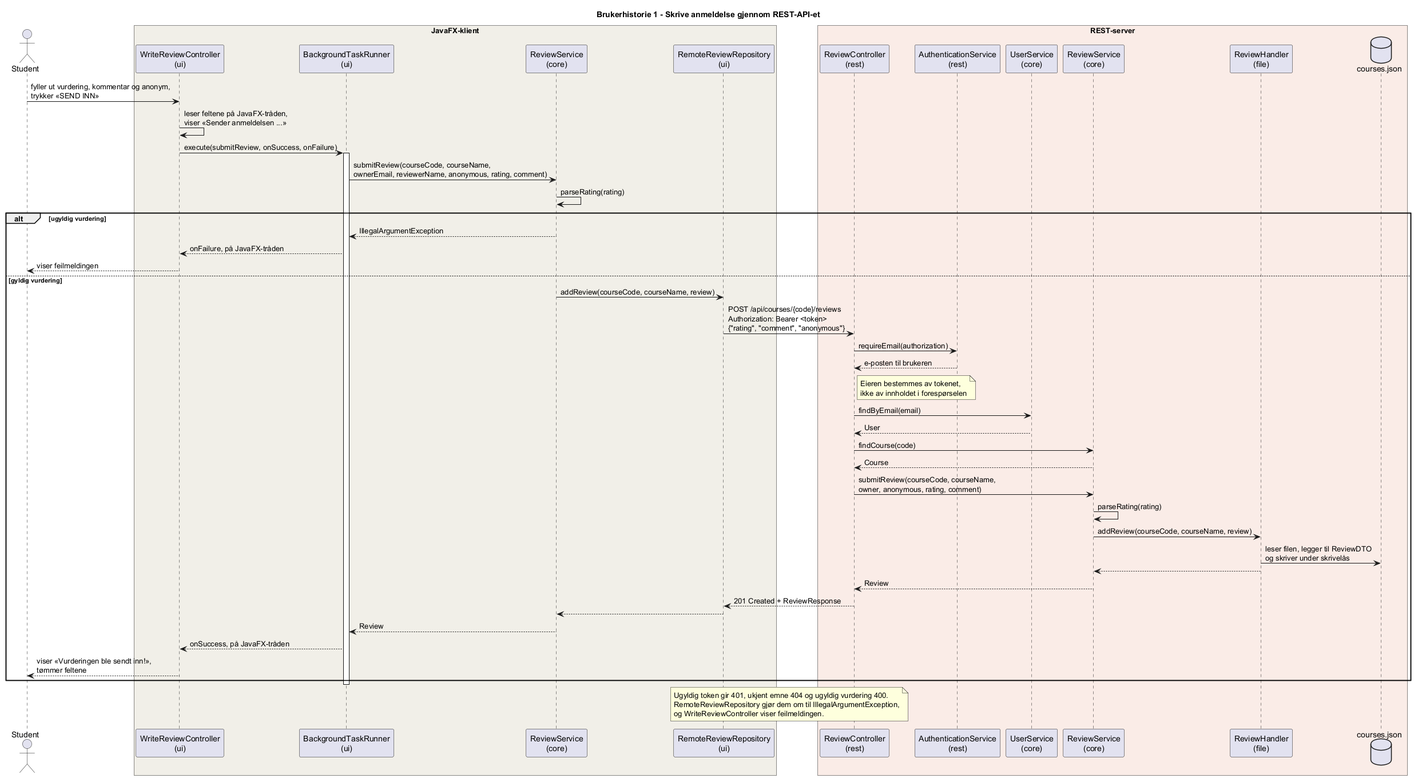
Above: arkitektur/png/brukerhistorie1Sekvensdiagram.png in JesperBarosen/BIThub (PlantUML), before the change.
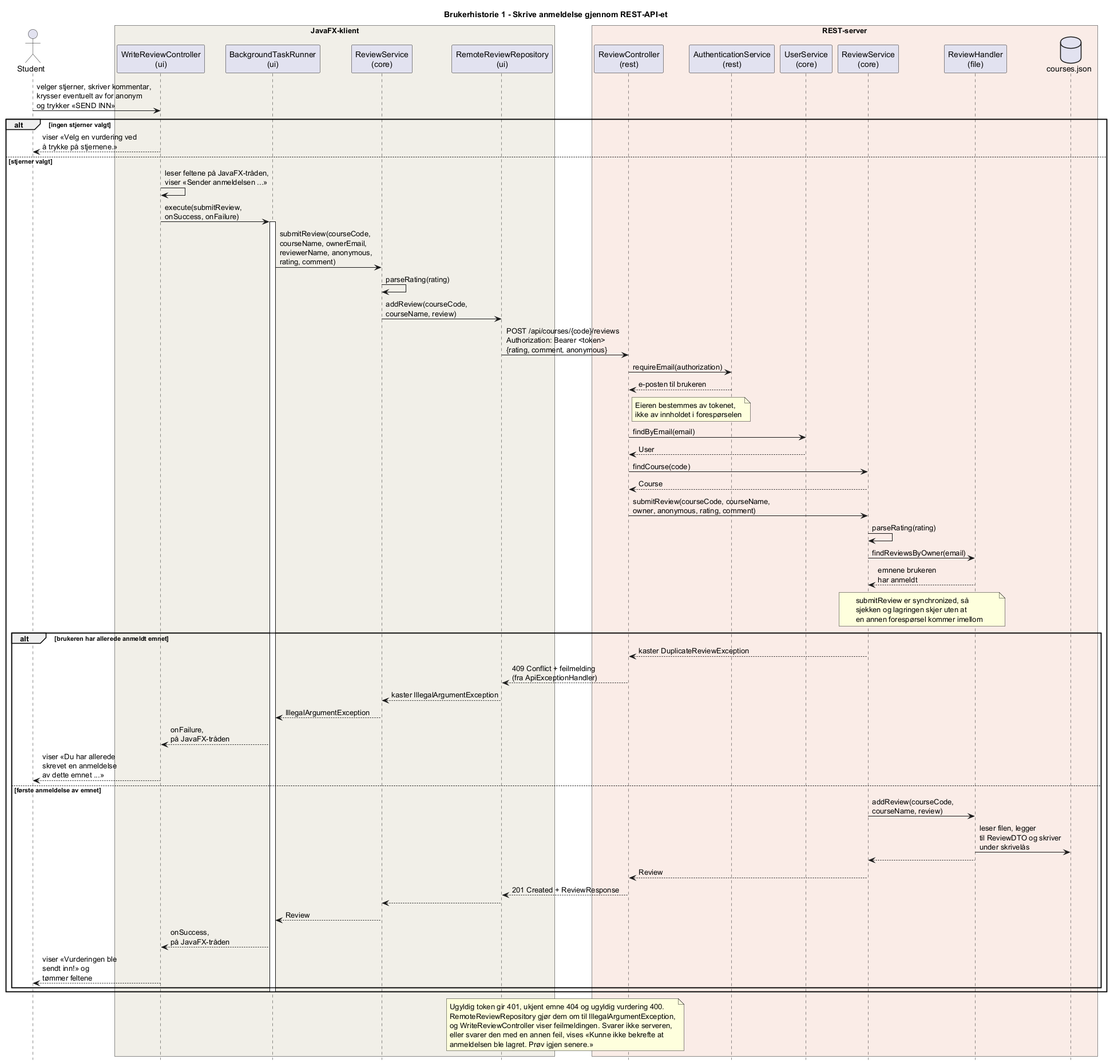
Above is the later version.

Change to the diagram source:
```diff
@@ -1,4 +1,5 @@
-@startuml brukerhistorie1_skrive_anmeldelse
+@startuml brukerhistorie1Sekvensdiagram
+hide footbox
 
 title Brukerhistorie 1 - Skrive anmeldelse gjennom REST-API-et
 
@@ -18,20 +19,18 @@
 database "courses.json" as File
 end box
 
-User -> WriteC : fyller ut vurdering, kommentar og anonym,\ntrykker «SEND INN»
-WriteC -> WriteC : leser feltene på JavaFX-tråden,\nviser «Sender anmeldelsen ...»
-WriteC -> Runner : execute(submitReview, onSuccess, onFailure)
-activate Runner
-Runner -> ClientService : submitReview(courseCode, courseName,\nownerEmail, reviewerName, anonymous, rating, comment)
-ClientService -> ClientService : parseRating(rating)
+User -> WriteC : velger stjerner, skriver kommentar,\nkrysser eventuelt av for anonym\nog trykker «SEND INN»
 
-alt ugyldig vurdering
-    ClientService --> Runner : IllegalArgumentException
-    Runner --> WriteC : onFailure, på JavaFX-tråden
-    WriteC --> User : viser feilmeldingen
-else gyldig vurdering
-    ClientService -> Remote : addReview(courseCode, courseName, review)
-    Remote -> RestC : POST /api/courses/{code}/reviews\nAuthorization: Bearer <token>\n{"rating", "comment", "anonymous"}
+alt ingen stjerner valgt
+    WriteC --> User : viser «Velg en vurdering ved\nå trykke på stjernene.»
+else stjerner valgt
+    WriteC -> WriteC : leser feltene på JavaFX-tråden,\nviser «Sender anmeldelsen ...»
+    WriteC -> Runner : execute(submitReview,\nonSuccess, onFailure)
+    activate Runner
+    Runner -> ClientService : submitReview(courseCode,\ncourseName, ownerEmail,\nreviewerName, anonymous,\nrating, comment)
+    ClientService -> ClientService : parseRating(rating)
+    ClientService -> Remote : addReview(courseCode,\ncourseName, review)
+    Remote -> RestC : POST /api/courses/{code}/reviews\nAuthorization: Bearer <token>\n{rating, comment, anonymous}
     RestC -> Auth : requireEmail(authorization)
     Auth --> RestC : e-posten til brukeren
     note right of RestC : Eieren bestemmes av tokenet,\nikke av innholdet i forespørselen
@@ -41,22 +40,37 @@
     ServerService --> RestC : Course
     RestC -> ServerService : submitReview(courseCode, courseName,\nowner, anonymous, rating, comment)
     ServerService -> ServerService : parseRating(rating)
-    ServerService -> Handler : addReview(courseCode, courseName, review)
-    Handler -> File : leser filen, legger til ReviewDTO\nog skriver under skrivelås
-    Handler --> ServerService
-    ServerService --> RestC : Review
-    RestC --> Remote : 201 Created + ReviewResponse
-    Remote --> ClientService
-    ClientService --> Runner : Review
-    Runner --> WriteC : onSuccess, på JavaFX-tråden
-    WriteC --> User : viser «Vurderingen ble sendt inn!»,\ntømmer feltene
+    ServerService -> Handler : findReviewsByOwner(email)
+    Handler --> ServerService : emnene brukeren\nhar anmeldt
+    note over ServerService, Handler : submitReview er synchronized, så\nsjekken og lagringen skjer uten at\nen annen forespørsel kommer imellom
+
+    alt brukeren har allerede anmeldt emnet
+        ServerService --> RestC : kaster DuplicateReviewException
+        RestC --> Remote : 409 Conflict + feilmelding\n(fra ApiExceptionHandler)
+        Remote --> ClientService : kaster IllegalArgumentException
+        ClientService --> Runner : IllegalArgumentException
+        Runner --> WriteC : onFailure,\npå JavaFX-tråden
+        WriteC --> User : viser «Du har allerede\nskrevet en anmeldelse\nav dette emnet ...»
+    else første anmeldelse av emnet
+        ServerService -> Handler : addReview(courseCode,\ncourseName, review)
+        Handler -> File : leser filen, legger\ntil ReviewDTO og skriver\nunder skrivelås
+        Handler --> ServerService
+        ServerService --> RestC : Review
+        RestC --> Remote : 201 Created + ReviewResponse
+        Remote --> ClientService
+        ClientService --> Runner : Review
+        Runner --> WriteC : onSuccess,\npå JavaFX-tråden
+        WriteC --> User : viser «Vurderingen ble\nsendt inn!» og\ntømmer feltene
+    end
+    deactivate Runner
 end
-deactivate Runner
 
 note over Remote, RestC
   Ugyldig token gir 401, ukjent emne 404 og ugyldig vurdering 400.
   RemoteReviewRepository gjør dem om til IllegalArgumentException,
-  og WriteReviewController viser feilmeldingen.
+  og WriteReviewController viser feilmeldingen. Svarer ikke serveren,
+  eller svarer den med en annen feil, vises «Kunne ikke bekrefte at
+  anmeldelsen ble lagret. Prøv igjen senere.»
 end note
 
 @enduml
```
